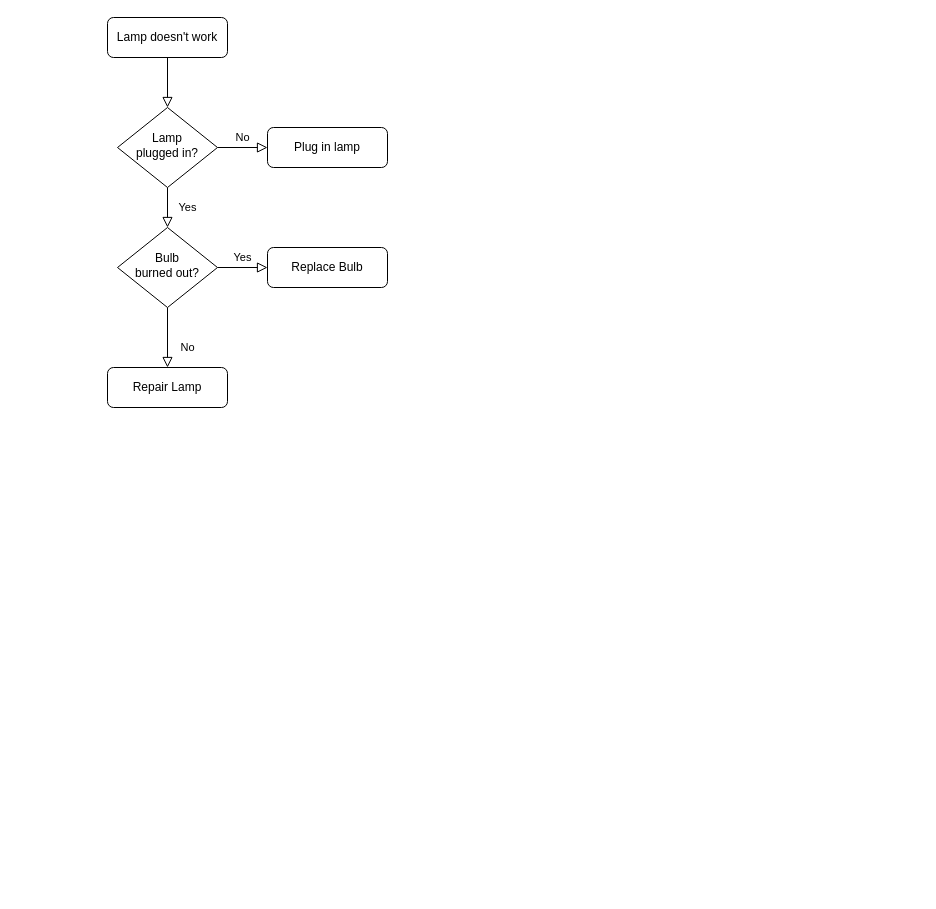
The draw.io diagram nlp/QA.drawio in MMMLMF/notes, before the edit. Source tidied: cells renumbered, new cells numbered last; positions are measured from the earlier drawing's top-left corner, leaving out a move shared by most shapes. Both pictures are drawn from the tidied source at 100%, with x=0, y=0 at pixel (107, 17).
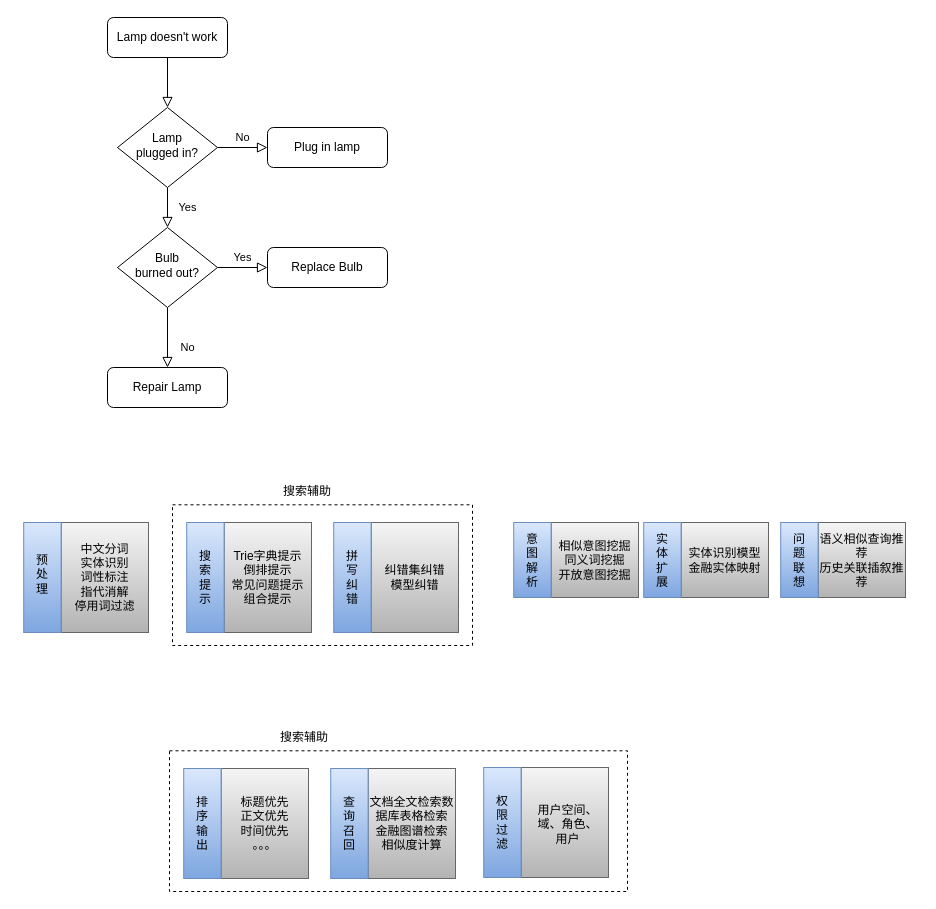
After the change.

What changed in the source:
```diff
@@
+    <mxCell id="13" style="group;" parent="1" vertex="1">
+      <mxGeometry x="-90" y="505" width="145" height="110" as="geometry" />
+    </mxCell>
+    <mxCell id="14" style="rounded=0;whiteSpace=wrap;html=1;shadow=0;gradientColor=#b3b3b3;fillColor=#f5f5f5;strokeColor=#666666;" parent="13" vertex="1">
+      <mxGeometry x="43.7" width="87.3" height="110" as="geometry" />
+    </mxCell>
+    <mxCell id="15" style="rounded=0;whiteSpace=wrap;html=1;shadow=0;fillColor=#dae8fc;strokeColor=#6c8ebf;gradientColor=#7ea6e0;" parent="13" vertex="1">
+      <mxGeometry x="6.2" width="37.4" height="110" as="geometry" />
+    </mxCell>
+    <mxCell id="16" value="预&lt;br&gt;处&lt;br&gt;理" style="text;html=1;strokeColor=none;fillColor=none;align=center;verticalAlign=middle;whiteSpace=wrap;rounded=0;shadow=0;" parent="13" vertex="1">
+      <mxGeometry y="36.1" width="49.9" height="31.4" as="geometry" />
+    </mxCell>
+    <mxCell id="17" value="中文分词&lt;br&gt;实体识别&lt;br&gt;词性标注&lt;br&gt;指代消解&lt;br&gt;停用词过滤" style="text;html=1;strokeColor=none;fillColor=none;align=center;verticalAlign=middle;whiteSpace=wrap;rounded=0;shadow=0;" parent="13" vertex="1">
+      <mxGeometry x="41.1" y="45" width="92.5" height="20" as="geometry" />
+    </mxCell>
+    <mxCell id="18" style="group;" parent="1" vertex="1">
+      <mxGeometry x="73" y="505" width="290" height="120" as="geometry" />
+    </mxCell>
+    <mxCell id="19" style="rounded=0;whiteSpace=wrap;html=1;shadow=0;gradientColor=#b3b3b3;fillColor=#f5f5f5;strokeColor=#666666;" parent="18" vertex="1">
+      <mxGeometry x="43.7" width="87.3" height="110" as="geometry" />
+    </mxCell>
+    <mxCell id="20" style="rounded=0;whiteSpace=wrap;html=1;shadow=0;fillColor=#dae8fc;strokeColor=#6c8ebf;gradientColor=#7ea6e0;" parent="18" vertex="1">
+      <mxGeometry x="6.2" width="37.4" height="110" as="geometry" />
+    </mxCell>
+    <mxCell id="21" value="搜索提示" style="text;html=1;strokeColor=none;fillColor=none;align=center;verticalAlign=middle;whiteSpace=wrap;rounded=0;shadow=0;" parent="18" vertex="1">
+      <mxGeometry x="14.9" y="39.3" width="20" height="31.4" as="geometry" />
+    </mxCell>
+    <mxCell id="22" value="Trie字典提示&lt;br&gt;倒排提示&lt;br&gt;常见问题提示&lt;br&gt;组合提示" style="text;html=1;strokeColor=none;fillColor=none;align=center;verticalAlign=middle;whiteSpace=wrap;rounded=0;shadow=0;" parent="18" vertex="1">
+      <mxGeometry x="41.1" y="45" width="92.5" height="20" as="geometry" />
+    </mxCell>
+    <mxCell id="23" style="rounded=0;whiteSpace=wrap;html=1;shadow=0;fillColor=none;dashed=1;" parent="18" vertex="1">
+      <mxGeometry x="-8" y="-17.7" width="300" height="140.7" as="geometry" />
+    </mxCell>
+    <mxCell id="24" style="group;" parent="1" vertex="1">
+      <mxGeometry x="220" y="505" width="145" height="110" as="geometry" />
+    </mxCell>
+    <mxCell id="25" style="rounded=0;whiteSpace=wrap;html=1;shadow=0;gradientColor=#b3b3b3;fillColor=#f5f5f5;strokeColor=#666666;" parent="24" vertex="1">
+      <mxGeometry x="43.7" width="87.3" height="110" as="geometry" />
+    </mxCell>
+    <mxCell id="26" style="rounded=0;whiteSpace=wrap;html=1;shadow=0;fillColor=#dae8fc;strokeColor=#6c8ebf;gradientColor=#7ea6e0;" parent="24" vertex="1">
+      <mxGeometry x="6.2" width="37.4" height="110" as="geometry" />
+    </mxCell>
+    <mxCell id="27" value="拼写纠错" style="text;html=1;strokeColor=none;fillColor=none;align=center;verticalAlign=middle;whiteSpace=wrap;rounded=0;shadow=0;" parent="24" vertex="1">
+      <mxGeometry x="14.9" y="39.3" width="20" height="31.4" as="geometry" />
+    </mxCell>
+    <mxCell id="28" value="纠错集纠错&lt;br&gt;模型纠错" style="text;html=1;strokeColor=none;fillColor=none;align=center;verticalAlign=middle;whiteSpace=wrap;rounded=0;shadow=0;" parent="24" vertex="1">
+      <mxGeometry x="41.1" y="45" width="92.5" height="20" as="geometry" />
+    </mxCell>
+    <mxCell id="29" value="搜索辅助" style="text;html=1;strokeColor=none;fillColor=none;align=center;verticalAlign=middle;whiteSpace=wrap;rounded=0;shadow=0;dashed=1;" parent="1" vertex="1">
+      <mxGeometry x="170" y="464" width="60" height="20" as="geometry" />
+    </mxCell>
+    <mxCell id="30" style="group;" parent="1" vertex="1">
+      <mxGeometry x="400" y="505" width="145" height="75" as="geometry" />
+    </mxCell>
+    <mxCell id="31" style="rounded=0;whiteSpace=wrap;html=1;shadow=0;gradientColor=#b3b3b3;fillColor=#f5f5f5;strokeColor=#666666;" parent="30" vertex="1">
+      <mxGeometry x="43.7" width="87.3" height="75" as="geometry" />
+    </mxCell>
+    <mxCell id="32" style="rounded=0;whiteSpace=wrap;html=1;shadow=0;fillColor=#dae8fc;strokeColor=#6c8ebf;gradientColor=#7ea6e0;" parent="30" vertex="1">
+      <mxGeometry x="6.2" width="37.4" height="75" as="geometry" />
+    </mxCell>
+    <mxCell id="33" value="意图解析" style="text;html=1;strokeColor=none;fillColor=none;align=center;verticalAlign=middle;whiteSpace=wrap;rounded=0;shadow=0;" parent="30" vertex="1">
+      <mxGeometry x="14.9" y="26.8" width="20" height="21.4" as="geometry" />
+    </mxCell>
+    <mxCell id="34" value="相似意图挖掘&lt;br&gt;同义词挖掘&lt;br&gt;开放意图挖掘" style="text;html=1;strokeColor=none;fillColor=none;align=center;verticalAlign=middle;whiteSpace=wrap;rounded=0;shadow=0;" parent="30" vertex="1">
+      <mxGeometry x="41.1" y="30.7" width="92.5" height="13.6" as="geometry" />
+    </mxCell>
+    <mxCell id="35" style="group;" parent="1" vertex="1">
+      <mxGeometry x="530" y="505" width="145" height="75" as="geometry" />
+    </mxCell>
+    <mxCell id="36" style="rounded=0;whiteSpace=wrap;html=1;shadow=0;gradientColor=#b3b3b3;fillColor=#f5f5f5;strokeColor=#666666;" parent="35" vertex="1">
+      <mxGeometry x="43.7" width="87.3" height="75" as="geometry" />
+    </mxCell>
+    <mxCell id="37" style="rounded=0;whiteSpace=wrap;html=1;shadow=0;fillColor=#dae8fc;strokeColor=#6c8ebf;gradientColor=#7ea6e0;" parent="35" vertex="1">
+      <mxGeometry x="6.2" width="37.4" height="75" as="geometry" />
+    </mxCell>
+    <mxCell id="38" value="实体扩展" style="text;html=1;strokeColor=none;fillColor=none;align=center;verticalAlign=middle;whiteSpace=wrap;rounded=0;shadow=0;" parent="35" vertex="1">
+      <mxGeometry x="14.9" y="26.8" width="20" height="21.4" as="geometry" />
+    </mxCell>
+    <mxCell id="39" value="实体识别模型&lt;br&gt;金融实体映射" style="text;html=1;strokeColor=none;fillColor=none;align=center;verticalAlign=middle;whiteSpace=wrap;rounded=0;shadow=0;" parent="35" vertex="1">
+      <mxGeometry x="41.1" y="30.7" width="92.5" height="13.6" as="geometry" />
+    </mxCell>
+    <mxCell id="40" style="group;" parent="1" vertex="1">
+      <mxGeometry x="667" y="505" width="145" height="75" as="geometry" />
+    </mxCell>
+    <mxCell id="41" style="rounded=0;whiteSpace=wrap;html=1;shadow=0;gradientColor=#b3b3b3;fillColor=#f5f5f5;strokeColor=#666666;" parent="40" vertex="1">
+      <mxGeometry x="43.7" width="87.3" height="75" as="geometry" />
+    </mxCell>
+    <mxCell id="42" style="rounded=0;whiteSpace=wrap;html=1;shadow=0;fillColor=#dae8fc;strokeColor=#6c8ebf;gradientColor=#7ea6e0;" parent="40" vertex="1">
+      <mxGeometry x="6.2" width="37.4" height="75" as="geometry" />
+    </mxCell>
+    <mxCell id="43" value="问题联想" style="text;html=1;strokeColor=none;fillColor=none;align=center;verticalAlign=middle;whiteSpace=wrap;rounded=0;shadow=0;" parent="40" vertex="1">
+      <mxGeometry x="14.9" y="26.8" width="20" height="21.4" as="geometry" />
+    </mxCell>
+    <mxCell id="44" value="语义相似查询推荐&lt;br&gt;历史关联插叙推荐" style="text;html=1;strokeColor=none;fillColor=none;align=center;verticalAlign=middle;whiteSpace=wrap;rounded=0;shadow=0;" parent="40" vertex="1">
+      <mxGeometry x="41.1" y="30.7" width="92.5" height="13.6" as="geometry" />
+    </mxCell>
+    <mxCell id="45" style="group;" parent="1" vertex="1">
+      <mxGeometry x="70" y="751" width="450" height="123" as="geometry" />
+    </mxCell>
+    <mxCell id="46" style="rounded=0;whiteSpace=wrap;html=1;shadow=0;fillColor=none;dashed=1;" parent="45" vertex="1">
+      <mxGeometry x="-8" y="-17.7" width="458" height="140.7" as="geometry" />
+    </mxCell>
+    <mxCell id="47" style="rounded=0;whiteSpace=wrap;html=1;shadow=0;gradientColor=#b3b3b3;fillColor=#f5f5f5;strokeColor=#666666;" parent="45" vertex="1">
+      <mxGeometry x="43.7" width="87.3" height="110" as="geometry" />
+    </mxCell>
+    <mxCell id="48" style="rounded=0;whiteSpace=wrap;html=1;shadow=0;fillColor=#dae8fc;strokeColor=#6c8ebf;gradientColor=#7ea6e0;" parent="45" vertex="1">
+      <mxGeometry x="6.2" width="37.4" height="110" as="geometry" />
+    </mxCell>
+    <mxCell id="49" value="排序输出" style="text;html=1;strokeColor=none;fillColor=none;align=center;verticalAlign=middle;whiteSpace=wrap;rounded=0;shadow=0;" parent="45" vertex="1">
+      <mxGeometry x="14.9" y="39.3" width="20" height="31.4" as="geometry" />
+    </mxCell>
+    <mxCell id="50" value="标题优先&lt;br&gt;正文优先&lt;br&gt;时间优先&lt;br&gt;。。。" style="text;html=1;strokeColor=none;fillColor=none;align=center;verticalAlign=middle;whiteSpace=wrap;rounded=0;shadow=0;" parent="45" vertex="1">
+      <mxGeometry x="41.1" y="45" width="92.5" height="20" as="geometry" />
+    </mxCell>
+    <mxCell id="51" style="group;" parent="1" vertex="1">
+      <mxGeometry x="217" y="751" width="145" height="110" as="geometry" />
+    </mxCell>
+    <mxCell id="52" style="rounded=0;whiteSpace=wrap;html=1;shadow=0;gradientColor=#b3b3b3;fillColor=#f5f5f5;strokeColor=#666666;" parent="51" vertex="1">
+      <mxGeometry x="43.7" width="87.3" height="110" as="geometry" />
+    </mxCell>
+    <mxCell id="53" style="rounded=0;whiteSpace=wrap;html=1;shadow=0;fillColor=#dae8fc;strokeColor=#6c8ebf;gradientColor=#7ea6e0;" parent="51" vertex="1">
+      <mxGeometry x="6.2" width="37.4" height="110" as="geometry" />
+    </mxCell>
+    <mxCell id="54" value="查询召回" style="text;html=1;strokeColor=none;fillColor=none;align=center;verticalAlign=middle;whiteSpace=wrap;rounded=0;shadow=0;" parent="51" vertex="1">
+      <mxGeometry x="14.9" y="39.3" width="20" height="31.4" as="geometry" />
+    </mxCell>
+    <mxCell id="55" value="文档全文检索数据库表格检索&lt;br&gt;金融图谱检索&lt;br&gt;相似度计算" style="text;html=1;strokeColor=none;fillColor=none;align=center;verticalAlign=middle;whiteSpace=wrap;rounded=0;shadow=0;" parent="51" vertex="1">
+      <mxGeometry x="41.1" y="45" width="92.5" height="20" as="geometry" />
+    </mxCell>
+    <mxCell id="56" value="搜索辅助" style="text;html=1;strokeColor=none;fillColor=none;align=center;verticalAlign=middle;whiteSpace=wrap;rounded=0;shadow=0;dashed=1;" parent="1" vertex="1">
+      <mxGeometry x="167" y="710" width="60" height="20" as="geometry" />
+    </mxCell>
+    <mxCell id="57" style="group;" parent="1" vertex="1">
+      <mxGeometry x="370" y="750" width="145" height="110" as="geometry" />
+    </mxCell>
+    <mxCell id="58" style="rounded=0;whiteSpace=wrap;html=1;shadow=0;gradientColor=#b3b3b3;fillColor=#f5f5f5;strokeColor=#666666;" parent="57" vertex="1">
+      <mxGeometry x="43.7" width="87.3" height="110" as="geometry" />
+    </mxCell>
+    <mxCell id="59" style="rounded=0;whiteSpace=wrap;html=1;shadow=0;fillColor=#dae8fc;strokeColor=#6c8ebf;gradientColor=#7ea6e0;" parent="57" vertex="1">
+      <mxGeometry x="6.2" width="37.4" height="110" as="geometry" />
+    </mxCell>
+    <mxCell id="60" value="权限过滤" style="text;html=1;strokeColor=none;fillColor=none;align=center;verticalAlign=middle;whiteSpace=wrap;rounded=0;shadow=0;" parent="57" vertex="1">
+      <mxGeometry x="14.9" y="39.3" width="20" height="31.4" as="geometry" />
+    </mxCell>
+    <mxCell id="61" value="用户空间、域、角色、用户" style="text;html=1;strokeColor=none;fillColor=none;align=center;verticalAlign=middle;whiteSpace=wrap;rounded=0;shadow=0;" parent="57" vertex="1">
+      <mxGeometry x="55.8" y="47" width="68.9" height="20" as="geometry" />
+    </mxCell>
```
